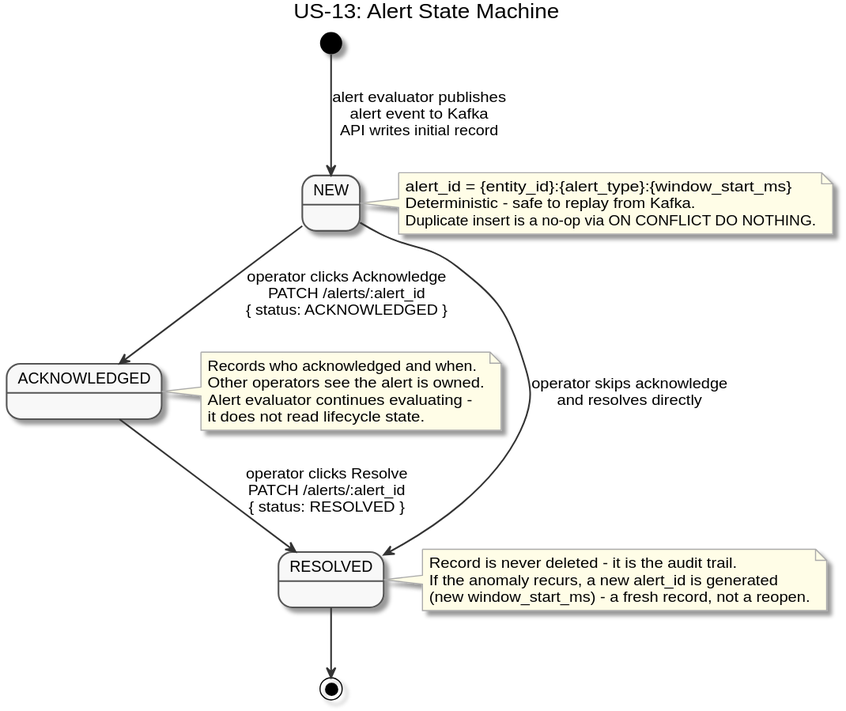
Buffden/sentinel keeps this PlantUML diagram as diagrams/docs/use-cases/US-13-alert-lifecycle/state-transitions.svg. Above is the earlier version. The source it was exported from:
```plantuml
@startuml state-transitions
title US-13: Alert State Machine

skinparam sequenceArrowThickness 1.5
skinparam participantBorderColor #555555
skinparam participantBackgroundColor #F8F8F8
skinparam noteBorderColor #AAAAAA
skinparam noteBackgroundColor #FFFDE7
skinparam stateBorderColor #555555
skinparam stateBackgroundColor #F8F8F8
skinparam stateArrowColor #333333

[*] --> NEW : alert evaluator publishes\nalert event to Kafka\nAPI writes initial record

NEW --> ACKNOWLEDGED : operator clicks Acknowledge\nPATCH /alerts/:alert_id\n{ status: ACKNOWLEDGED }

ACKNOWLEDGED --> RESOLVED : operator clicks Resolve\nPATCH /alerts/:alert_id\n{ status: RESOLVED }

NEW --> RESOLVED : operator skips acknowledge\nand resolves directly

RESOLVED --> [*]

note right of NEW
  alert_id = {entity_id}:{alert_type}:{window_start_ms}
  Deterministic - safe to replay from Kafka.
  Duplicate insert is a no-op via ON CONFLICT DO NOTHING.
end note

note right of ACKNOWLEDGED
  Records who acknowledged and when.
  Other operators see the alert is owned.
  Alert evaluator continues evaluating -
  it does not read lifecycle state.
end note

note right of RESOLVED
  Record is never deleted - it is the audit trail.
  If the anomaly recurs, a new alert_id is generated
  (new window_start_ms) - a fresh record, not a reopen.
end note

@enduml
```
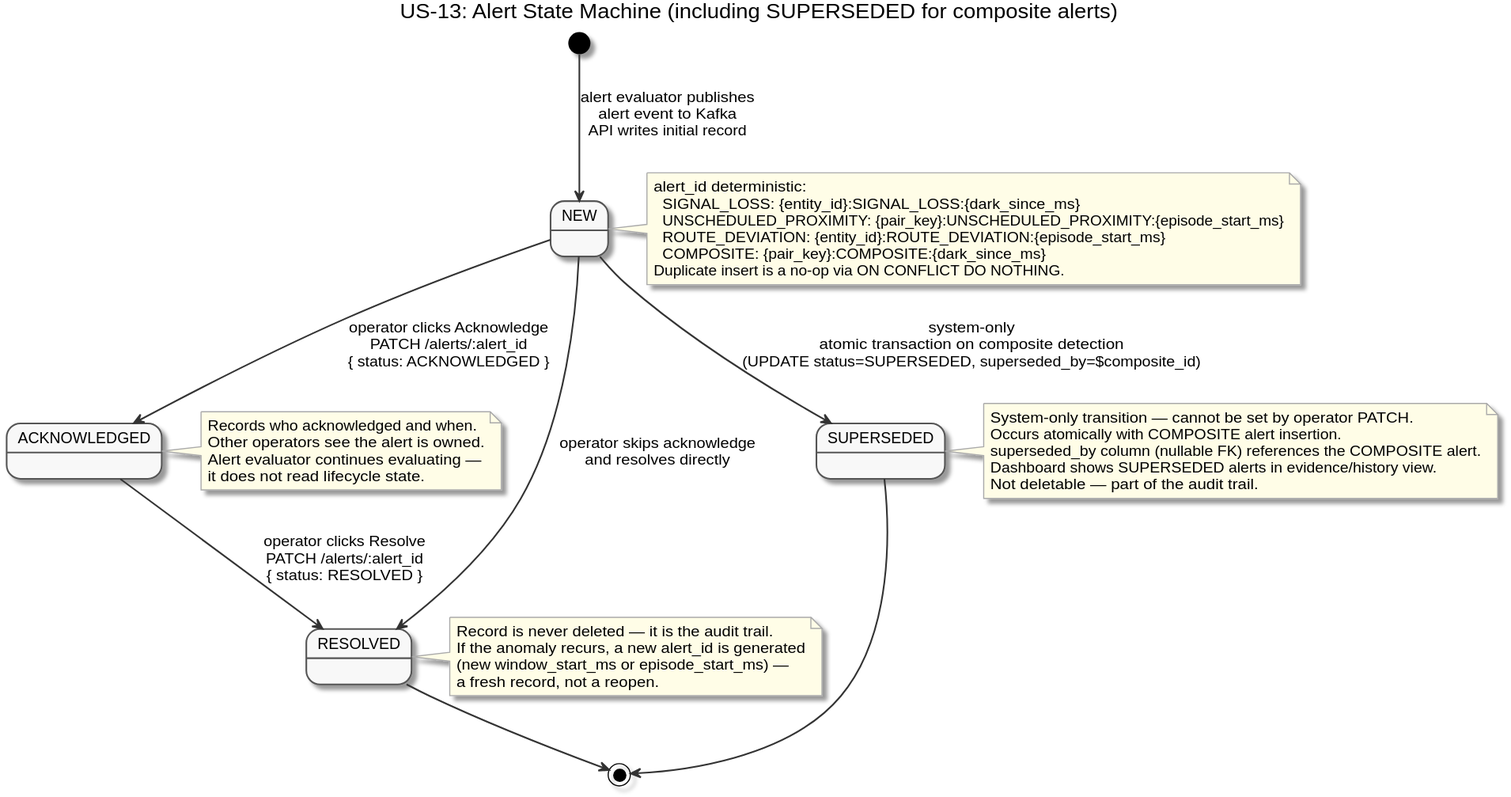
After the commit.

Change to the diagram source:
```diff
@@ -1,5 +1,5 @@
 @startuml state-transitions
-title US-13: Alert State Machine
+title US-13: Alert State Machine (including SUPERSEDED for composite alerts)
 
 skinparam sequenceArrowThickness 1.5
 skinparam participantBorderColor #555555
@@ -18,25 +18,41 @@
 
 NEW --> RESOLVED : operator skips acknowledge\nand resolves directly
 
+NEW --> SUPERSEDED : system-only\natomic transaction on composite detection\n(UPDATE status=SUPERSEDED, superseded_by=$composite_id)
+
+SUPERSEDED --> [*]
+
 RESOLVED --> [*]
 
 note right of NEW
-  alert_id = {entity_id}:{alert_type}:{window_start_ms}
-  Deterministic - safe to replay from Kafka.
+  alert_id deterministic:
+    SIGNAL_LOSS: {entity_id}:SIGNAL_LOSS:{dark_since_ms}
+    UNSCHEDULED_PROXIMITY: {pair_key}:UNSCHEDULED_PROXIMITY:{episode_start_ms}
+    ROUTE_DEVIATION: {entity_id}:ROUTE_DEVIATION:{episode_start_ms}
+    COMPOSITE: {pair_key}:COMPOSITE:{dark_since_ms}
   Duplicate insert is a no-op via ON CONFLICT DO NOTHING.
 end note
 
 note right of ACKNOWLEDGED
   Records who acknowledged and when.
   Other operators see the alert is owned.
-  Alert evaluator continues evaluating -
+  Alert evaluator continues evaluating —
   it does not read lifecycle state.
 end note
 
+note right of SUPERSEDED
+  System-only transition — cannot be set by operator PATCH.
+  Occurs atomically with COMPOSITE alert insertion.
+  superseded_by column (nullable FK) references the COMPOSITE alert.
+  Dashboard shows SUPERSEDED alerts in evidence/history view.
+  Not deletable — part of the audit trail.
+end note
+
 note right of RESOLVED
-  Record is never deleted - it is the audit trail.
+  Record is never deleted — it is the audit trail.
   If the anomaly recurs, a new alert_id is generated
-  (new window_start_ms) - a fresh record, not a reopen.
+  (new window_start_ms or episode_start_ms) —
+  a fresh record, not a reopen.
 end note
 
 @enduml
```
